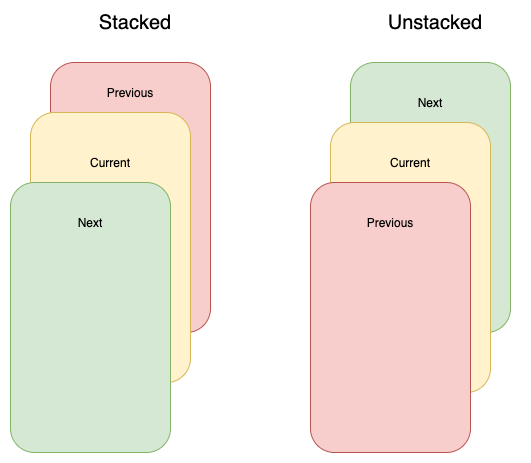
This is card_layouts.png from DanielCardonaRojas/flicked_cards, a draw.io export, as it was before one commit. Source tidied: cells renumbered, new cells last; positions are measured from the earlier drawing's top-left corner, leaving out a move shared by most shapes.
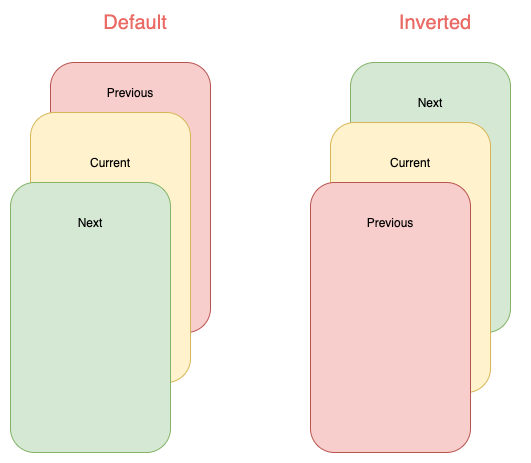
After the change.

Change to the diagram source:
```diff
@@ -50,10 +50,10 @@
     <mxCell id="17" value="Previous" style="text;html=1;strokeColor=none;fillColor=none;align=center;verticalAlign=middle;whiteSpace=wrap;rounded=0;" parent="13" vertex="1">
       <mxGeometry x="40" y="90" width="40" height="20" as="geometry" />
     </mxCell>
-    <mxCell id="18" value="Unstacked" style="text;html=1;strokeColor=none;fillColor=none;align=center;verticalAlign=middle;whiteSpace=wrap;rounded=0;opacity=70;fontSize=20;" parent="1" vertex="1">
+    <mxCell id="18" value="Inverted" style="text;html=1;strokeColor=none;fillColor=none;align=center;verticalAlign=middle;whiteSpace=wrap;rounded=0;opacity=70;fontSize=20;fontColor=#EA6B66;" parent="1" vertex="1">
       <mxGeometry x="340" width="170" height="20" as="geometry" />
     </mxCell>
-    <mxCell id="19" value="Stacked" style="text;html=1;strokeColor=none;fillColor=none;align=center;verticalAlign=middle;whiteSpace=wrap;rounded=0;opacity=70;fontSize=20;" parent="1" vertex="1">
+    <mxCell id="19" value="Default" style="text;html=1;strokeColor=none;fillColor=none;align=center;verticalAlign=middle;whiteSpace=wrap;rounded=0;opacity=70;fontSize=20;fontColor=#EA6B66;" parent="1" vertex="1">
       <mxGeometry x="40" width="170" height="20" as="geometry" />
     </mxCell>
     <mxCell id="20" style="edgeStyle=orthogonalEdgeStyle;rounded=0;orthogonalLoop=1;jettySize=auto;html=1;exitX=0.5;exitY=1;exitDx=0;exitDy=0;" parent="1" edge="1" source="18" target="18">
```
